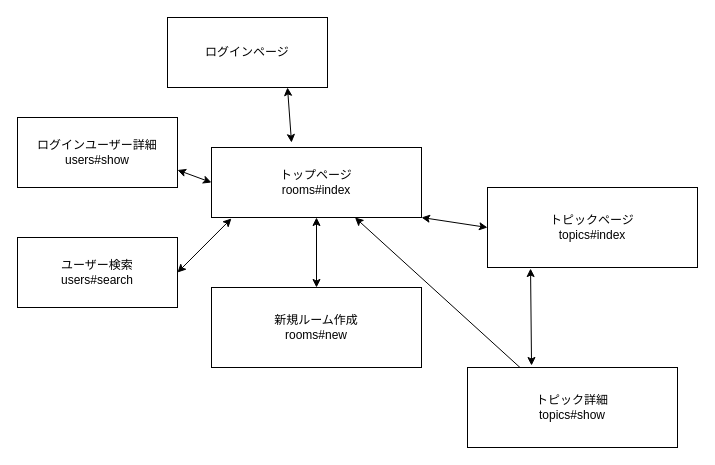
Earlier version of the draw.io diagram move_page.dio (sekimosan/shovelu). Source tidied: cells renumbered, new cells numbered last; positions are measured from the earlier drawing's top-left corner, leaving out a move shared by most shapes. Both pictures are drawn from the tidied source at 100%, with x=0, y=0 at pixel (17, 17).
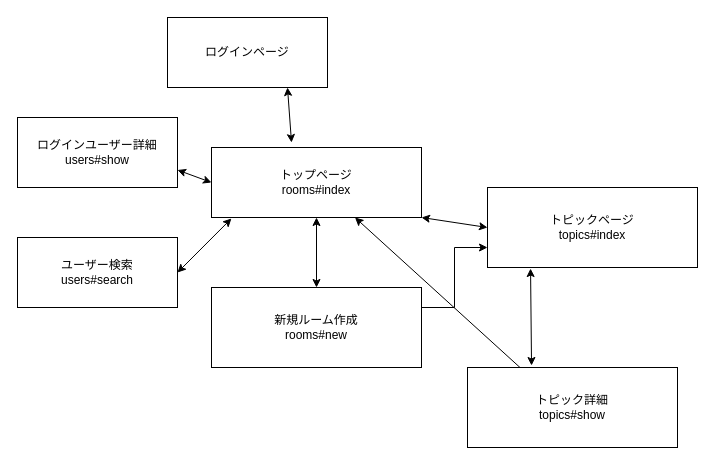
The same page after the edit.

Diff of the diagram source:
```diff
@@
 <mxGraphModel>
   <root>
     <mxCell id="0" />
     <mxCell id="1" parent="0" />
     <mxCell id="2" value="トップページ&lt;br&gt;rooms#index" style="rounded=0;whiteSpace=wrap;html=1;" parent="1" vertex="1">
       <mxGeometry x="194" y="130" width="210" height="70" as="geometry" />
     </mxCell>
     <mxCell id="3" value="ログインページ" style="rounded=0;whiteSpace=wrap;html=1;" parent="1" vertex="1">
       <mxGeometry x="150" width="160" height="70" as="geometry" />
     </mxCell>
     <mxCell id="4" style="edgeStyle=orthogonalEdgeStyle;rounded=0;orthogonalLoop=1;jettySize=auto;html=1;exitX=0.5;exitY=1;exitDx=0;exitDy=0;" parent="1" edge="1" source="3" target="3">
       <mxGeometry relative="1" as="geometry" />
     </mxCell>
+    <mxCell id="17" style="edgeStyle=orthogonalEdgeStyle;rounded=0;jettySize=auto;html=1;exitX=1;exitY=0.25;exitDx=0;exitDy=0;entryX=0;entryY=0.75;entryDx=0;entryDy=0;" parent="1" edge="1" source="5" target="7">
+      <mxGeometry relative="1" as="geometry" />
+    </mxCell>
     <mxCell id="5" value="新規ルーム作成&lt;br&gt;rooms#new" style="rounded=0;whiteSpace=wrap;html=1;" parent="1" vertex="1">
       <mxGeometry x="194" y="270" width="210" height="80" as="geometry" />
     </mxCell>
     <mxCell id="6" style="endArrow=classic;startArrow=classic;html=1;entryX=0.5;entryY=1;entryDx=0;entryDy=0;exitX=0.5;exitY=0;exitDx=0;exitDy=0;" parent="1" edge="1" source="5" target="2">
       <mxGeometry relative="1" as="geometry" />
     </mxCell>
     <mxCell id="7" value="トピックページ&lt;br&gt;topics#index" style="rounded=0;whiteSpace=wrap;html=1;" parent="1" vertex="1">
       <mxGeometry x="470" y="170" width="210" height="80" as="geometry" />
     </mxCell>
     <mxCell id="8" style="endArrow=classic;startArrow=classic;html=1;entryX=1;entryY=1;entryDx=0;entryDy=0;exitX=0;exitY=0.5;exitDx=0;exitDy=0;" parent="1" edge="1" source="7" target="2">
       <mxGeometry relative="1" as="geometry" />
     </mxCell>
     <mxCell id="9" style="endArrow=classic;startArrow=classic;html=1;entryX=0.75;entryY=1;entryDx=0;entryDy=0;exitX=0.381;exitY=-0.071;exitDx=0;exitDy=0;exitPerimeter=0;" parent="1" edge="1" source="2" target="3">
       <mxGeometry relative="1" as="geometry" />
     </mxCell>
     <mxCell id="10" style="edgeStyle=none;rounded=0;jettySize=auto;html=1;exitX=0.25;exitY=0;exitDx=0;exitDy=0;" parent="1" edge="1" source="11" target="2">
       <mxGeometry relative="1" as="geometry" />
     </mxCell>
     <mxCell id="11" value="トピック詳細&lt;br&gt;topics#show" style="rounded=0;whiteSpace=wrap;html=1;" parent="1" vertex="1">
       <mxGeometry x="450" y="350" width="210" height="80" as="geometry" />
     </mxCell>
     <mxCell id="12" style="endArrow=classic;startArrow=classic;html=1;entryX=0.305;entryY=-0.025;entryDx=0;entryDy=0;entryPerimeter=0;exitX=0.205;exitY=1.013;exitDx=0;exitDy=0;exitPerimeter=0;" parent="1" edge="1" source="7" target="11">
       <mxGeometry relative="1" as="geometry" />
     </mxCell>
     <mxCell id="13" value="ログインユーザー詳細&lt;br&gt;users#show" style="rounded=0;whiteSpace=wrap;html=1;" parent="1" vertex="1">
       <mxGeometry y="100" width="160" height="70" as="geometry" />
     </mxCell>
     <mxCell id="14" value="ユーザー検索&lt;br&gt;users#search" style="rounded=0;whiteSpace=wrap;html=1;" parent="1" vertex="1">
       <mxGeometry y="220" width="160" height="70" as="geometry" />
     </mxCell>
     <mxCell id="15" style="endArrow=classic;startArrow=classic;html=1;entryX=0;entryY=0.5;entryDx=0;entryDy=0;exitX=1;exitY=0.75;exitDx=0;exitDy=0;" parent="1" edge="1" source="13" target="2">
       <mxGeometry relative="1" as="geometry" />
     </mxCell>
     <mxCell id="16" style="endArrow=classic;startArrow=classic;html=1;entryX=0.095;entryY=1.014;entryDx=0;entryDy=0;entryPerimeter=0;exitX=1;exitY=0.5;exitDx=0;exitDy=0;" parent="1" edge="1" source="14" target="2">
       <mxGeometry relative="1" as="geometry" />
     </mxCell>
   </root>
 </mxGraphModel>
```
